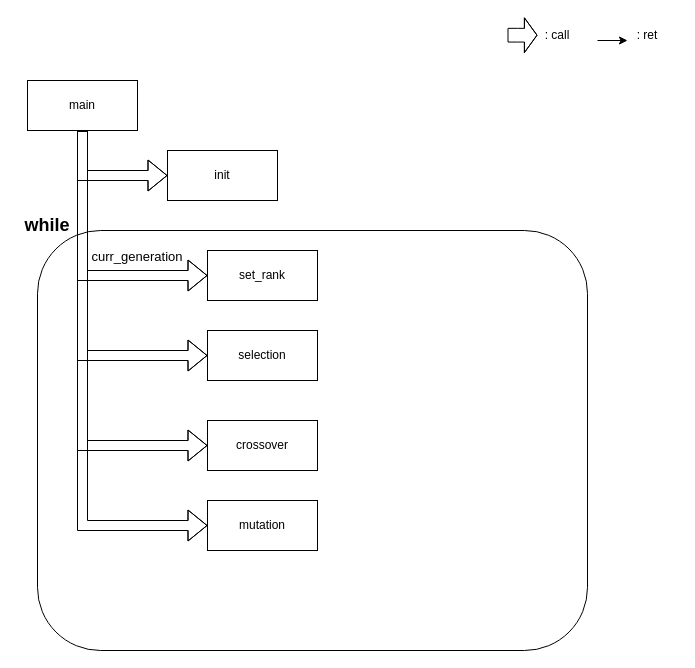
Above: GA/main.drawio in fr0g2s/p (draw.io), before the change. Source tidied: cells renumbered, new cells numbered last; positions are measured from the earlier drawing's top-left corner, leaving out a move shared by most shapes. Both pictures are drawn from the tidied source at 100%, with x=0, y=0 at pixel (17, 20).
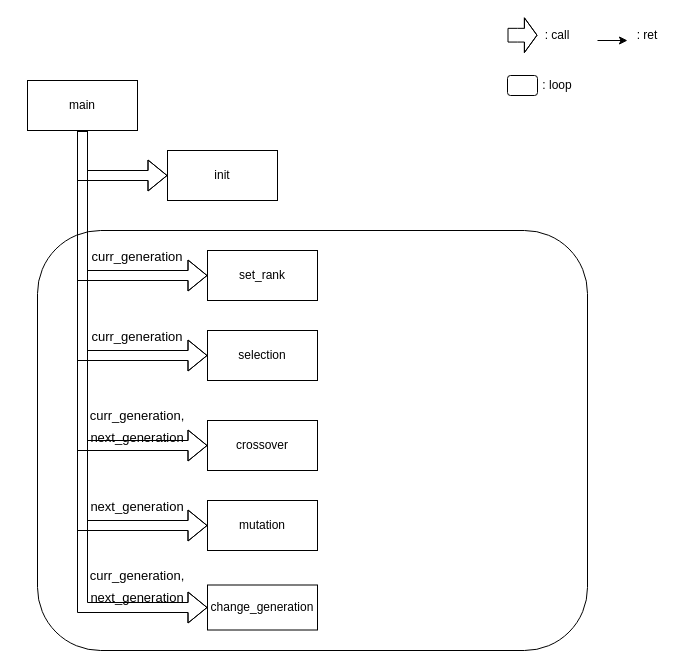
Above is the later version.

Unchanged cells that the change refers to:
```xml
<mxCell id="11" value="main" style="rounded=0;whiteSpace=wrap;html=1;" parent="1" vertex="1">
  <mxGeometry x="10" y="60" width="110" height="50" as="geometry" />
</mxCell>
```

What changed in the source:
```diff
@@
+    <mxCell id="20" style="edgeStyle=orthogonalEdgeStyle;rounded=0;jettySize=auto;html=1;exitX=0.5;exitY=1;exitDx=0;exitDy=0;entryX=0;entryY=0.5;entryDx=0;entryDy=0;shape=flexArrow;" parent="1" edge="1" source="11" target="21">
+      <mxGeometry relative="1" as="geometry" />
+    </mxCell>
@@
-    <mxCell id="18" value="&lt;b&gt;&lt;font style=&quot;font-size: 18px&quot;&gt;while&lt;/font&gt;&lt;/b&gt;" style="text;html=1;strokeColor=none;fillColor=none;align=center;verticalAlign=middle;whiteSpace=wrap;rounded=0;shadow=0;glass=1;sketch=0;" parent="1" vertex="1">
-      <mxGeometry y="190" width="60" height="30" as="geometry" />
-    </mxCell>
@@
+    <mxCell id="21" value="change_generation" style="rounded=0;whiteSpace=wrap;html=1;" parent="1" vertex="1">
+      <mxGeometry x="190" y="564.5" width="110" height="45" as="geometry" />
+    </mxCell>
+    <mxCell id="22" value="&lt;font style=&quot;font-size: 13px&quot;&gt;curr_generation, next_generation&lt;/font&gt;" style="text;html=1;strokeColor=none;fillColor=none;align=center;verticalAlign=middle;whiteSpace=wrap;rounded=0;shadow=0;glass=1;sketch=0;fontSize=18;" parent="1" vertex="1">
+      <mxGeometry x="60" y="550" width="120" height="30" as="geometry" />
+    </mxCell>
+    <mxCell id="23" value="&lt;font style=&quot;font-size: 13px&quot;&gt;curr_generation&lt;/font&gt;" style="text;html=1;strokeColor=none;fillColor=none;align=center;verticalAlign=middle;whiteSpace=wrap;rounded=0;shadow=0;glass=1;sketch=0;fontSize=18;" parent="1" vertex="1">
+      <mxGeometry x="60" y="300" width="120" height="30" as="geometry" />
+    </mxCell>
+    <mxCell id="24" value="&lt;font style=&quot;font-size: 13px&quot;&gt;curr_generation, next_generation&lt;/font&gt;" style="text;html=1;strokeColor=none;fillColor=none;align=center;verticalAlign=middle;whiteSpace=wrap;rounded=0;shadow=0;glass=1;sketch=0;fontSize=18;" parent="1" vertex="1">
+      <mxGeometry x="60" y="390" width="120" height="30" as="geometry" />
+    </mxCell>
+    <mxCell id="25" value="&lt;font style=&quot;font-size: 13px&quot;&gt;next_generation&lt;/font&gt;" style="text;html=1;strokeColor=none;fillColor=none;align=center;verticalAlign=middle;whiteSpace=wrap;rounded=0;shadow=0;glass=1;sketch=0;fontSize=18;" parent="1" vertex="1">
+      <mxGeometry x="60" y="470" width="120" height="30" as="geometry" />
+    </mxCell>
+    <mxCell id="26" style="rounded=1;whiteSpace=wrap;html=1;fillColor=none;strokeColor=default;shadow=0;sketch=0;glass=1;" parent="1" vertex="1">
+      <mxGeometry x="490" y="55" width="30" height="20" as="geometry" />
+    </mxCell>
+    <mxCell id="27" value=": loop" style="text;html=1;strokeColor=none;fillColor=none;align=center;verticalAlign=middle;whiteSpace=wrap;rounded=0;" parent="1" vertex="1">
+      <mxGeometry x="510" y="50" width="60" height="30" as="geometry" />
+    </mxCell>
```
